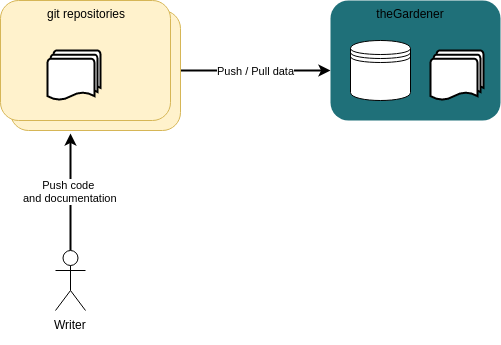
Earlier version of the draw.io export documentation/assets/images/theGardener_role_writer.png (KelkooGroup/theGardener). Source tidied: cells renumbered, new cells last; positions are measured from the earlier drawing's top-left corner, leaving out a move shared by most shapes.
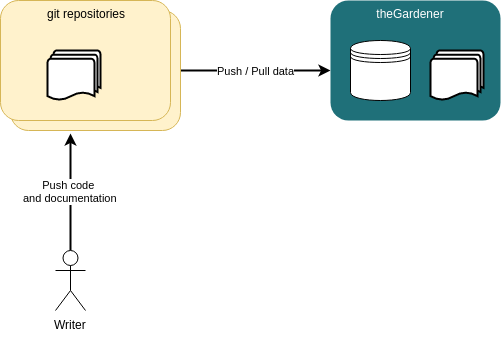
The same file after the commit.

Diff of the diagram source:
```diff
@@ -26,7 +26,7 @@
     <mxCell id="8" style="shape=datastore;whiteSpace=wrap;html=1;" parent="1" vertex="1">
       <mxGeometry x="350" y="40" width="60" height="60" as="geometry" />
     </mxCell>
-    <mxCell id="9" value="&lt;div&gt;theGardener&lt;/div&gt;&lt;div&gt;&lt;br&gt;&lt;/div&gt;" style="text;html=1;strokeColor=none;fillColor=none;align=center;verticalAlign=middle;whiteSpace=wrap;rounded=0;" parent="1" vertex="1">
+    <mxCell id="9" value="&lt;div&gt;theGardener&lt;/div&gt;&lt;div&gt;&lt;br&gt;&lt;/div&gt;" style="text;html=1;strokeColor=none;fillColor=none;align=center;verticalAlign=middle;whiteSpace=wrap;rounded=0;fontColor=#FFFFFF;" parent="1" vertex="1">
       <mxGeometry x="390" y="10" width="40" height="20" as="geometry" />
     </mxCell>
     <mxCell id="10" style="rounded=1;whiteSpace=wrap;html=1;fillColor=#fff2cc;strokeColor=#d6b656;" parent="1" vertex="1">
```
